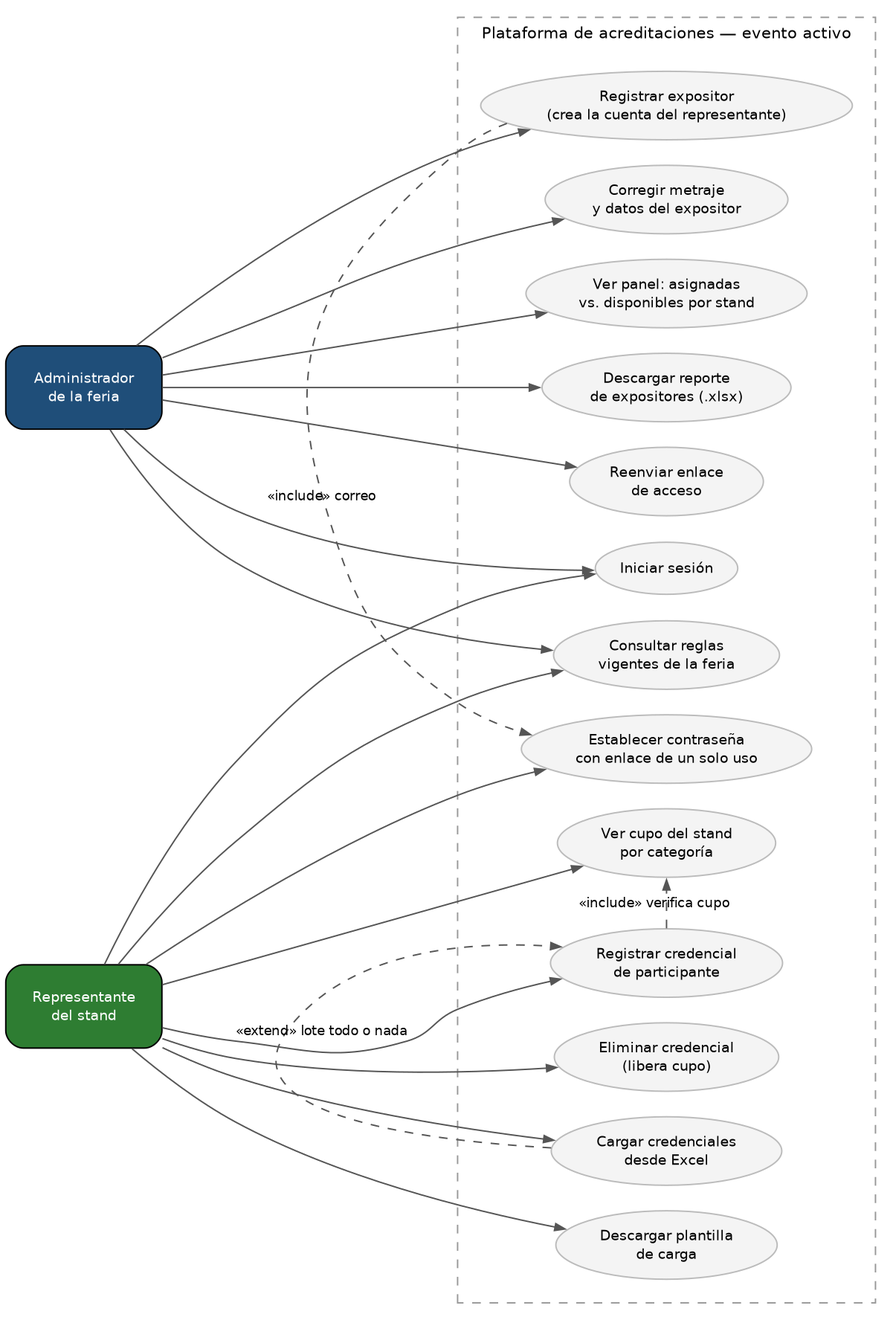
This is docs/casos-de-uso.png from Jhongdlp/ExpoFlowes, a Graphviz export, as it was before one commit. Its source is kept beside it as docs/casos-de-uso.dot.
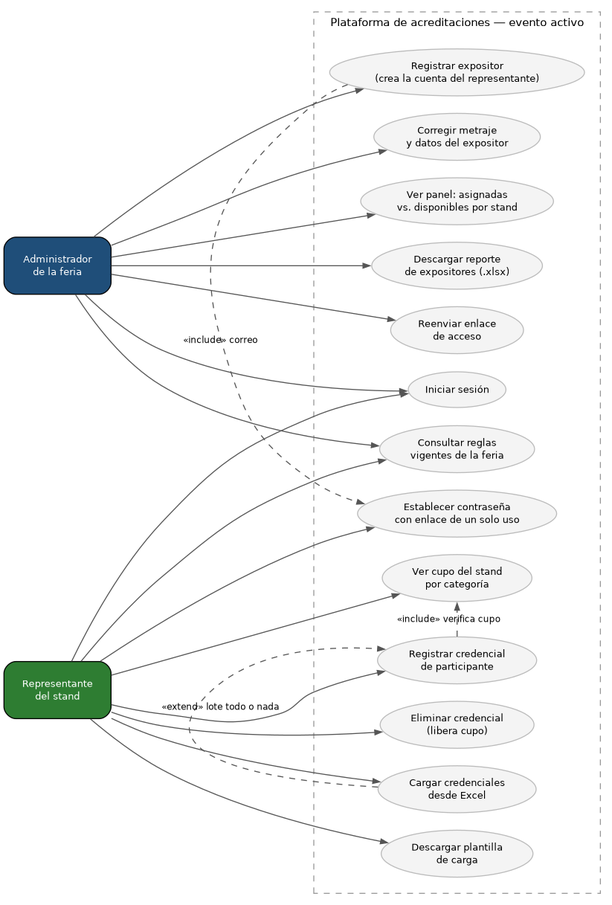
After the commit.

Diff of the diagram source:
```diff
@@ -1,5 +1,5 @@
 /*
- * Casos de uso (CLAUDE.md §14.1). Dos actores y nada mas: el contrato prohibe roles extra.
+ * Casos de uso. Dos actores y nada mas: el contrato prohibe roles extra.
  * Genera el PNG con:  dot -Tpng docs/casos-de-uso.dot -o docs/casos-de-uso.png
  */
 digraph CasosDeUso {
```
